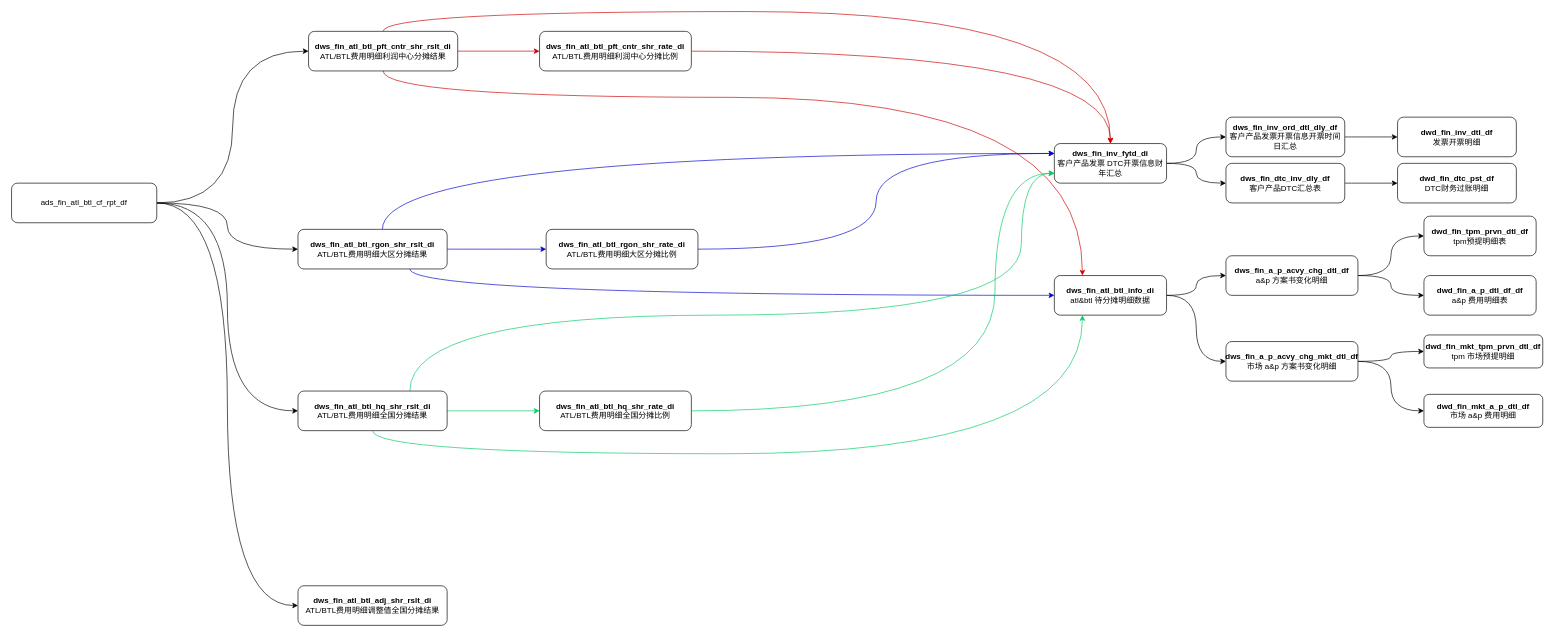
The draw.io diagram ads_fin_atl_btl_dtl_rpt_df.drawio in fsJerryChan/fsJerryChan, before the edit. Source tidied: cells renumbered, new cells numbered last; positions are measured from the earlier drawing's top-left corner, leaving out a move shared by most shapes. Both pictures are drawn from the tidied source at 66%, with x=0, y=0 at pixel (11, 11).
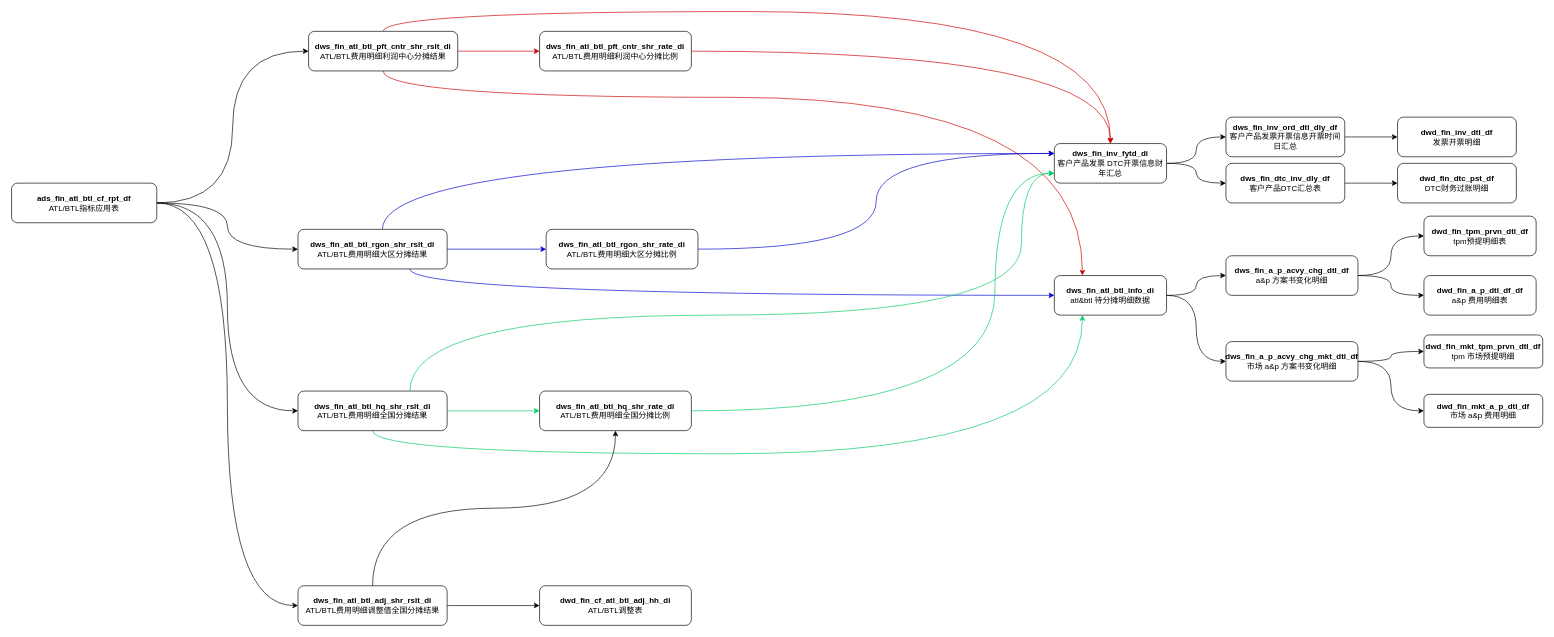
The same diagram, later.

Unchanged cells that the change refers to:
```xml
<mxCell id="19" value="&lt;b&gt;dws_fin_atl_btl_adj_shr_rslt_di&lt;/b&gt;&lt;div&gt;ATL/BTL费用明细调整值全国分摊结果&lt;/div&gt;" style="rounded=1;whiteSpace=wrap;html=1;" parent="1" vertex="1">
  <mxGeometry x="434" y="870" width="226" height="60" as="geometry" />
</mxCell>
<mxCell id="47" value="&lt;b&gt;dws_fin_atl_btl_hq_shr_rate_di&lt;/b&gt;&lt;br&gt;&lt;div&gt;ATL/BTL费用明细全国分摊比例&lt;/div&gt;" style="rounded=1;html=1;whiteSpace=wrap;" parent="1" vertex="1">
  <mxGeometry x="800" y="575" width="230" height="60" as="geometry" />
</mxCell>
```

The edit, as a diff of the source:
```diff
@@
-    <mxCell id="6" value="ads_fin_atl_btl_cf_rpt_df" style="rounded=1;whiteSpace=wrap;html=1;" parent="1" vertex="1">
+    <mxCell id="6" value="&lt;b&gt;ads_fin_atl_btl_cf_rpt_df&lt;/b&gt;&lt;div&gt;ATL/BTL指标应用表&lt;/div&gt;" style="rounded=1;whiteSpace=wrap;html=1;" parent="1" vertex="1">
       <mxGeometry y="260" width="220" height="60" as="geometry" />
     </mxCell>
@@
+    <mxCell id="48" style="edgeStyle=orthogonalEdgeStyle;rounded=0;jettySize=auto;html=1;entryX=0.5;entryY=1;entryDx=0;entryDy=0;curved=1;exitX=0.5;exitY=0;exitDx=0;exitDy=0;" parent="1" edge="1" source="19" target="47">
+      <mxGeometry relative="1" as="geometry" />
+    </mxCell>
+    <mxCell id="49" style="edgeStyle=orthogonalEdgeStyle;rounded=0;jettySize=auto;html=1;entryX=0;entryY=0.5;entryDx=0;entryDy=0;curved=1;" parent="1" edge="1" source="19" target="50">
+      <mxGeometry relative="1" as="geometry" />
+    </mxCell>
@@
+    <mxCell id="50" value="&lt;b&gt;dwd_fin_cf_atl_btl_adj_hh_di&lt;/b&gt;&lt;br&gt;&lt;div&gt;ATL/BTL调整表&lt;/div&gt;" style="rounded=1;html=1;whiteSpace=wrap;" parent="1" vertex="1">
+      <mxGeometry x="800" y="870" width="230" height="60" as="geometry" />
+    </mxCell>
```
